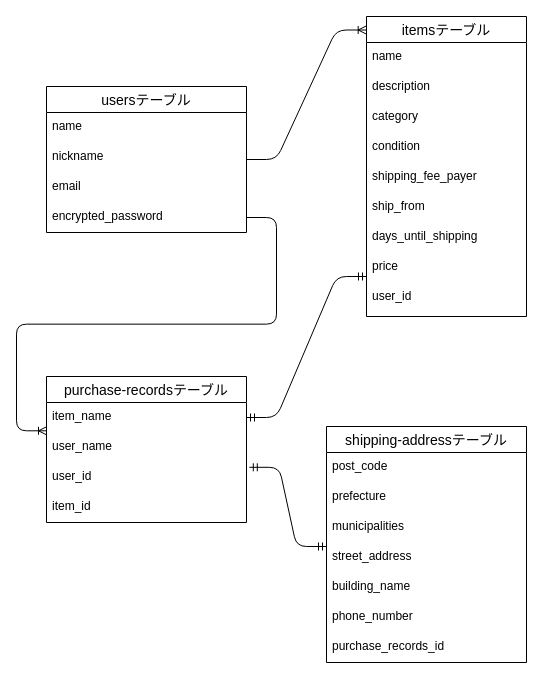
takisu918/furima-40367 keeps this draw.io diagram as furima-40367-ER.dio. Above is the earlier version. Source tidied: cells renumbered, new cells numbered last; positions are measured from the earlier drawing's top-left corner, leaving out a move shared by most shapes. Both pictures are drawn from the tidied source at 100%, with x=0, y=0 at pixel (46, 16).
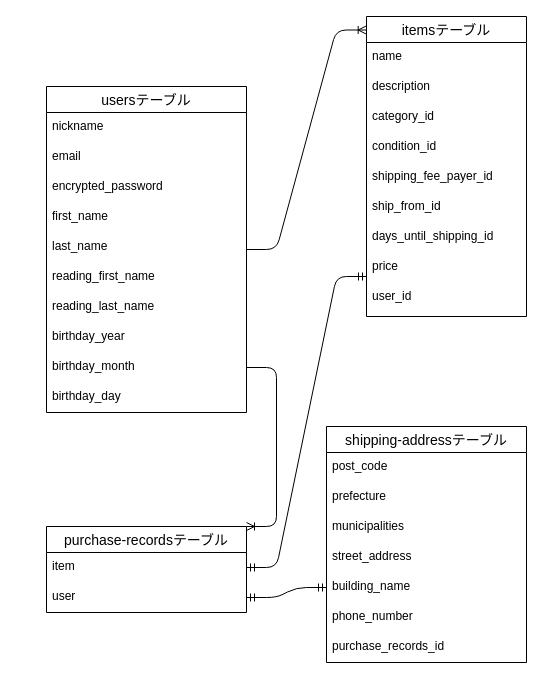
The same page after the edit.

Commit message (it also covers changes not shown here):
#3 データベース設計（修正1）

The change refers to these unchanged cells:
```xml
<mxCell id="7" value="itemsテーブル" style="swimlane;fontStyle=0;horizontal=1;startSize=26;align=center;fontSize=14;" parent="1" vertex="1">
  <mxGeometry x="320" width="160" height="300" as="geometry" />
</mxCell>
<mxCell id="26" value="street_address" style="text;strokeColor=none;fillColor=none;spacingLeft=4;spacingRight=4;overflow=hidden;points=[[0,0.5],[1,0.5]];portConstraint=eastwest;fontSize=12;" parent="22" vertex="1">
  <mxGeometry y="116" width="200" height="30" as="geometry" />
</mxCell>
<mxCell id="27" value="building_name" style="text;strokeColor=none;fillColor=none;spacingLeft=4;spacingRight=4;overflow=hidden;points=[[0,0.5],[1,0.5]];portConstraint=eastwest;fontSize=12;" parent="22" vertex="1">
  <mxGeometry y="146" width="200" height="30" as="geometry" />
</mxCell>
```

What changed in the source:
```diff
@@
     <mxCell id="2" value="usersテーブル" style="swimlane;fontStyle=0;horizontal=1;startSize=26;align=center;fontSize=14;" parent="1" vertex="1">
-      <mxGeometry y="70" width="200" height="146" as="geometry" />
+      <mxGeometry y="70" width="200" height="326" as="geometry" />
     </mxCell>
-    <mxCell id="3" value="name" style="text;strokeColor=none;fillColor=none;spacingLeft=4;spacingRight=4;overflow=hidden;fontSize=12;" parent="2" vertex="1">
-      <mxGeometry y="26" width="200" height="30" as="geometry" />
-    </mxCell>
     <mxCell id="4" value="nickname" style="text;strokeColor=none;fillColor=none;spacingLeft=4;spacingRight=4;overflow=hidden;fontSize=12;" parent="2" vertex="1">
-      <mxGeometry y="56" width="200" height="30" as="geometry" />
+      <mxGeometry y="26" width="200" height="30" as="geometry" />
     </mxCell>
     <mxCell id="5" value="email" style="text;strokeColor=none;fillColor=none;spacingLeft=4;spacingRight=4;overflow=hidden;fontSize=12;" parent="2" vertex="1">
-      <mxGeometry y="86" width="200" height="30" as="geometry" />
+      <mxGeometry y="56" width="200" height="30" as="geometry" />
     </mxCell>
     <mxCell id="6" value="encrypted_password" style="text;strokeColor=none;fillColor=none;spacingLeft=4;spacingRight=4;overflow=hidden;points=[[0,0.5],[1,0.5]];portConstraint=eastwest;fontSize=12;" parent="2" vertex="1">
-      <mxGeometry y="116" width="200" height="30" as="geometry" />
+      <mxGeometry y="86" width="200" height="30" as="geometry" />
     </mxCell>
+    <mxCell id="3" value="first_name" style="text;strokeColor=none;fillColor=none;spacingLeft=4;spacingRight=4;overflow=hidden;fontSize=12;" parent="2" vertex="1">
+      <mxGeometry y="116" width="200" height="30" as="geometry" />
+    </mxCell>
+    <mxCell id="35" value="last_name" style="text;strokeColor=none;fillColor=none;spacingLeft=4;spacingRight=4;overflow=hidden;fontSize=12;" parent="2" vertex="1">
+      <mxGeometry y="146" width="200" height="30" as="geometry" />
+    </mxCell>
+    <mxCell id="36" value="reading_first_name" style="text;strokeColor=none;fillColor=none;spacingLeft=4;spacingRight=4;overflow=hidden;fontSize=12;" parent="2" vertex="1">
+      <mxGeometry y="176" width="200" height="30" as="geometry" />
+    </mxCell>
+    <mxCell id="37" value="reading_last_name" style="text;strokeColor=none;fillColor=none;spacingLeft=4;spacingRight=4;overflow=hidden;fontSize=12;" parent="2" vertex="1">
+      <mxGeometry y="206" width="200" height="30" as="geometry" />
+    </mxCell>
+    <mxCell id="38" value="birthday_year" style="text;strokeColor=none;fillColor=none;spacingLeft=4;spacingRight=4;overflow=hidden;fontSize=12;" parent="2" vertex="1">
+      <mxGeometry y="236" width="200" height="30" as="geometry" />
+    </mxCell>
+    <mxCell id="39" value="birthday_month" style="text;strokeColor=none;fillColor=none;spacingLeft=4;spacingRight=4;overflow=hidden;points=[[0,0.5],[1,0.5]];portConstraint=eastwest;fontSize=12;" parent="2" vertex="1">
+      <mxGeometry y="266" width="200" height="30" as="geometry" />
+    </mxCell>
+    <mxCell id="40" value="birthday_day" style="text;strokeColor=none;fillColor=none;spacingLeft=4;spacingRight=4;overflow=hidden;fontSize=12;" parent="2" vertex="1">
+      <mxGeometry y="296" width="200" height="30" as="geometry" />
+    </mxCell>
@@
-    <mxCell id="10" value="category" style="text;strokeColor=none;fillColor=none;spacingLeft=4;spacingRight=4;overflow=hidden;fontSize=12;" parent="7" vertex="1">
+    <mxCell id="10" value="category_id" style="text;strokeColor=none;fillColor=none;spacingLeft=4;spacingRight=4;overflow=hidden;fontSize=12;" parent="7" vertex="1">
       <mxGeometry y="86" width="160" height="30" as="geometry" />
     </mxCell>
-    <mxCell id="11" value="condition" style="text;strokeColor=none;fillColor=none;spacingLeft=4;spacingRight=4;overflow=hidden;fontSize=12;" parent="7" vertex="1">
+    <mxCell id="11" value="condition_id" style="text;strokeColor=none;fillColor=none;spacingLeft=4;spacingRight=4;overflow=hidden;fontSize=12;" parent="7" vertex="1">
       <mxGeometry y="116" width="160" height="30" as="geometry" />
     </mxCell>
-    <mxCell id="12" value="shipping_fee_payer" style="text;strokeColor=none;fillColor=none;spacingLeft=4;spacingRight=4;overflow=hidden;fontSize=12;" parent="7" vertex="1">
+    <mxCell id="12" value="shipping_fee_payer_id" style="text;strokeColor=none;fillColor=none;spacingLeft=4;spacingRight=4;overflow=hidden;fontSize=12;" parent="7" vertex="1">
       <mxGeometry y="146" width="160" height="30" as="geometry" />
     </mxCell>
-    <mxCell id="13" value="ship_from" style="text;strokeColor=none;fillColor=none;spacingLeft=4;spacingRight=4;overflow=hidden;fontSize=12;" parent="7" vertex="1">
+    <mxCell id="13" value="ship_from_id" style="text;strokeColor=none;fillColor=none;spacingLeft=4;spacingRight=4;overflow=hidden;fontSize=12;" parent="7" vertex="1">
       <mxGeometry y="176" width="160" height="30" as="geometry" />
     </mxCell>
-    <mxCell id="14" value="days_until_shipping" style="text;strokeColor=none;fillColor=none;spacingLeft=4;spacingRight=4;overflow=hidden;fontSize=12;" parent="7" vertex="1">
+    <mxCell id="14" value="days_until_shipping_id" style="text;strokeColor=none;fillColor=none;spacingLeft=4;spacingRight=4;overflow=hidden;fontSize=12;" parent="7" vertex="1">
       <mxGeometry y="206" width="160" height="30" as="geometry" />
     </mxCell>
@@
     <mxCell id="17" value="purchase-recordsテーブル" style="swimlane;fontStyle=0;horizontal=1;startSize=26;align=center;fontSize=14;" parent="1" vertex="1">
-      <mxGeometry y="360" width="200" height="146" as="geometry" />
+      <mxGeometry y="510" width="200" height="86" as="geometry" />
     </mxCell>
-    <mxCell id="18" value="item_name" style="text;strokeColor=none;fillColor=none;spacingLeft=4;spacingRight=4;overflow=hidden;points=[[0,0.5],[1,0.5]];portConstraint=eastwest;fontSize=12;" parent="17" vertex="1">
+    <mxCell id="18" value="item" style="text;strokeColor=none;fillColor=none;spacingLeft=4;spacingRight=4;overflow=hidden;points=[[0,0.5],[1,0.5]];portConstraint=eastwest;fontSize=12;" parent="17" vertex="1">
       <mxGeometry y="26" width="200" height="30" as="geometry" />
     </mxCell>
-    <mxCell id="19" value="user_name" style="text;strokeColor=none;fillColor=none;spacingLeft=4;spacingRight=4;overflow=hidden;points=[[0,0.5],[1,0.5]];portConstraint=eastwest;fontSize=12;" parent="17" vertex="1">
+    <mxCell id="19" value="user" style="text;strokeColor=none;fillColor=none;spacingLeft=4;spacingRight=4;overflow=hidden;points=[[0,0.5],[1,0.5]];portConstraint=eastwest;fontSize=12;" parent="17" vertex="1">
       <mxGeometry y="56" width="200" height="30" as="geometry" />
     </mxCell>
-    <mxCell id="20" value="user_id" style="text;strokeColor=none;fillColor=none;spacingLeft=4;spacingRight=4;overflow=hidden;points=[[0,0.5],[1,0.5]];portConstraint=eastwest;fontSize=12;" parent="17" vertex="1">
-      <mxGeometry y="86" width="200" height="30" as="geometry" />
-    </mxCell>
-    <mxCell id="21" value="item_id" style="text;strokeColor=none;fillColor=none;spacingLeft=4;spacingRight=4;overflow=hidden;fontSize=12;" parent="17" vertex="1">
-      <mxGeometry y="116" width="200" height="30" as="geometry" />
-    </mxCell>
@@
-    <mxCell id="32" style="edgeStyle=entityRelationEdgeStyle;fontSize=12;html=1;endArrow=ERmandOne;startArrow=ERmandOne;entryX=1.014;entryY=0.16;entryDx=0;entryDy=0;exitX=0;exitY=0.133;exitDx=0;exitDy=0;entryPerimeter=0;exitPerimeter=0;" parent="1" edge="1" source="26" target="20">
+    <mxCell id="32" style="edgeStyle=entityRelationEdgeStyle;fontSize=12;html=1;endArrow=ERmandOne;startArrow=ERmandOne;exitX=0;exitY=0.5;exitDx=0;exitDy=0;entryX=1;entryY=0.5;entryDx=0;entryDy=0;" parent="1" edge="1" source="27" target="19">
       <mxGeometry relative="1" as="geometry" />
     </mxCell>
-    <mxCell id="33" style="edgeStyle=entityRelationEdgeStyle;fontSize=12;html=1;endArrow=ERoneToMany;exitX=1;exitY=0.5;exitDx=0;exitDy=0;" parent="1" edge="1" source="6">
-      <mxGeometry relative="1" as="geometry">
-        <mxPoint y="414.3" as="targetPoint" />
-      </mxGeometry>
+    <mxCell id="33" style="edgeStyle=entityRelationEdgeStyle;fontSize=12;html=1;endArrow=ERoneToMany;entryX=1;entryY=0;entryDx=0;entryDy=0;exitX=1;exitY=0.5;exitDx=0;exitDy=0;" parent="1" edge="1" source="39" target="17">
+      <mxGeometry relative="1" as="geometry" />
     </mxCell>
```
